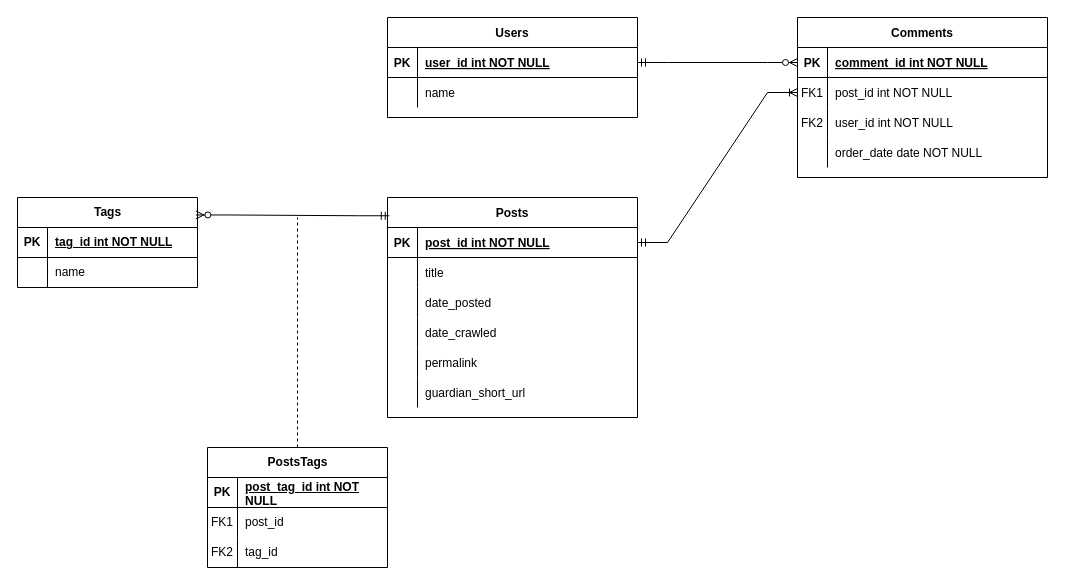
Above: bdcb.drawio in PizzaMyHeart/diosketches (draw.io), before the change. Source tidied: cells renumbered, new cells numbered last; positions are measured from the earlier drawing's top-left corner, leaving out a move shared by most shapes. Both pictures are drawn from the tidied source at 100%, with x=0, y=0 at pixel (17, 17).
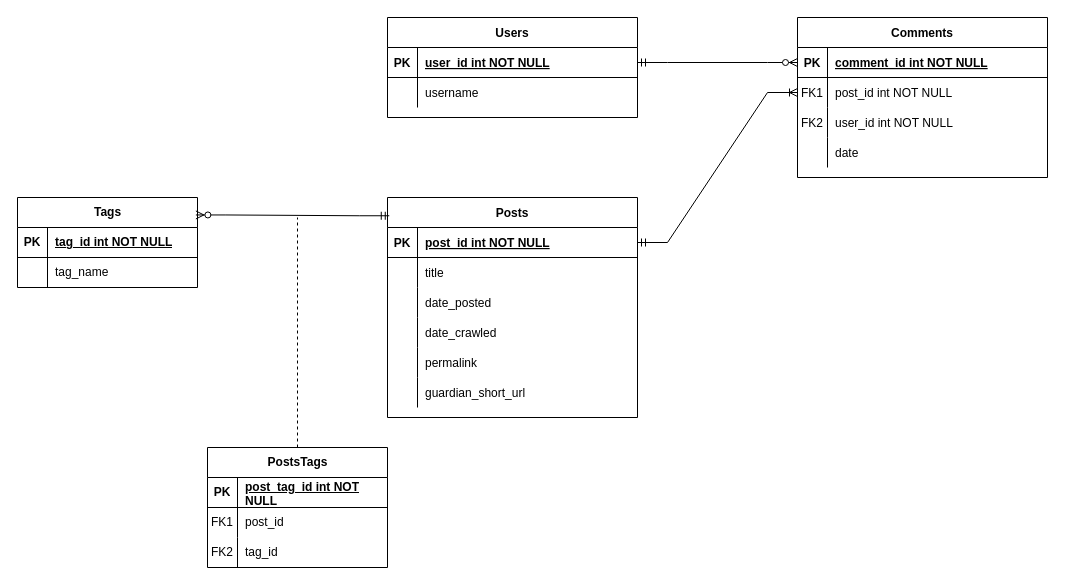
The same diagram, later.

Unchanged cells that the change refers to:
```xml
<mxCell id="12" style="shape=partialRectangle;fillColor=none;top=0;left=0;right=0;bottom=0;" parent="2" vertex="1">
  <mxGeometry y="120" width="250" height="30" as="geometry" />
</mxCell>
<mxCell id="19" style="shape=partialRectangle;fillColor=none;top=0;left=0;right=0;bottom=0;" parent="15" vertex="1">
  <mxGeometry y="60" width="250" height="30" as="geometry" />
</mxCell>
<mxCell id="45" style="shape=tableRow;horizontal=0;startSize=0;swimlaneHead=0;swimlaneBody=0;fillColor=none;top=0;left=0;right=0;bottom=0;" parent="41" vertex="1">
  <mxGeometry y="60" width="180" height="30" as="geometry" />
</mxCell>
```

Change to the diagram source:
```diff
@@
-    <mxCell id="14" value="order_date date NOT NULL" style="shape=partialRectangle;overflow=hidden;fillColor=none;top=0;left=0;bottom=0;right=0;align=left;spacingLeft=6;" parent="12" vertex="1">
+    <mxCell id="14" value="date" style="shape=partialRectangle;overflow=hidden;fillColor=none;top=0;left=0;bottom=0;right=0;align=left;spacingLeft=6;" parent="12" vertex="1">
       <mxGeometry x="30" width="220" height="30" as="geometry" />
     </mxCell>
@@
-    <mxCell id="21" value="name" style="shape=partialRectangle;overflow=hidden;fillColor=none;top=0;left=0;bottom=0;right=0;align=left;spacingLeft=6;" parent="19" vertex="1">
+    <mxCell id="21" value="username" style="shape=partialRectangle;overflow=hidden;fillColor=none;top=0;left=0;bottom=0;right=0;align=left;spacingLeft=6;" parent="19" vertex="1">
       <mxGeometry x="30" width="220" height="30" as="geometry" />
     </mxCell>
@@
-    <mxCell id="47" value="name" style="shape=partialRectangle;fillColor=none;top=0;left=0;bottom=0;right=0;align=left;spacingLeft=6;overflow=hidden;whiteSpace=wrap;html=1;" parent="45" vertex="1">
+    <mxCell id="47" value="tag_name" style="shape=partialRectangle;fillColor=none;top=0;left=0;bottom=0;right=0;align=left;spacingLeft=6;overflow=hidden;whiteSpace=wrap;html=1;" parent="45" vertex="1">
       <mxGeometry x="30" width="150" height="30" as="geometry" />
     </mxCell>
```
